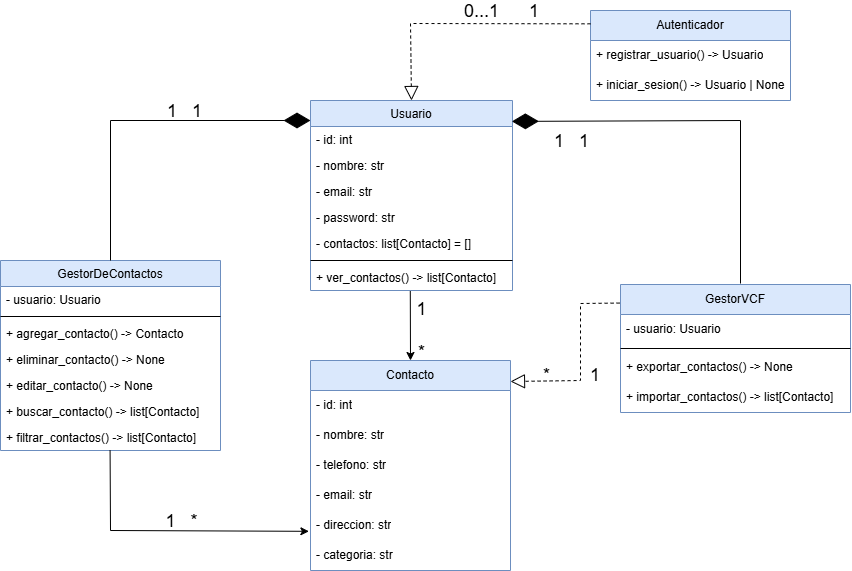
Above: assets/DiagramaDeClases.png in ImKrav/CleanCodeProject (draw.io), before the change. Source tidied: cells renumbered, new cells last; positions are measured from the earlier drawing's top-left corner, leaving out a move shared by most shapes.
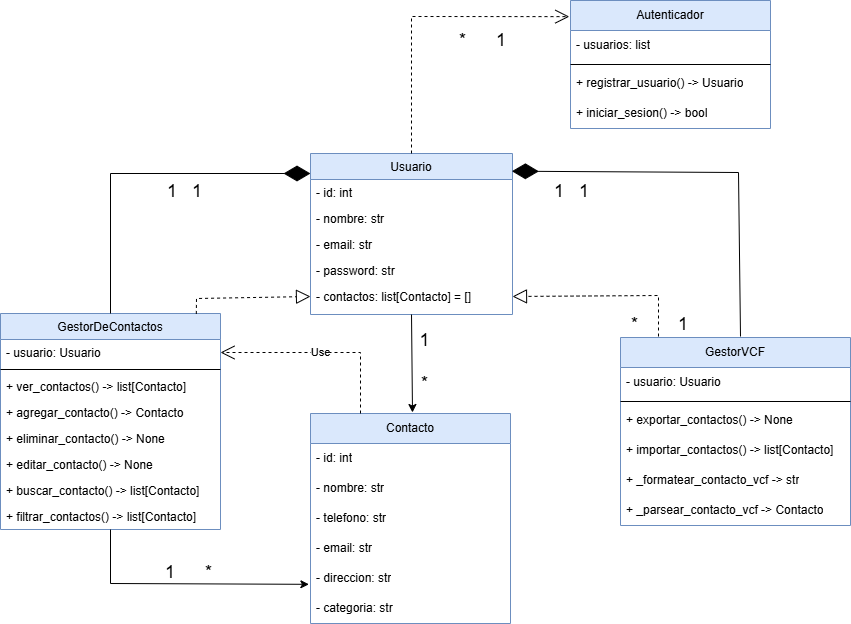
Above is the later version.

What changed in the source:
```diff
@@ -3,7 +3,7 @@
     <mxCell id="0" />
     <mxCell id="1" parent="0" />
     <mxCell id="2" value="Usuario" style="swimlane;fontStyle=0;align=center;verticalAlign=top;horizontal=1;startSize=26;rounded=0;shadow=0;strokeWidth=1;fillColor=#dae8fc;strokeColor=#6c8ebf;" parent="1" vertex="1">
-      <mxGeometry x="310" y="90" width="202" height="190" as="geometry" />
+      <mxGeometry x="310" y="90" width="202" height="161" as="geometry" />
     </mxCell>
     <mxCell id="3" value="- id: int" style="text;align=left;verticalAlign=top;spacingLeft=4;spacingRight=4;overflow=hidden;" parent="2" vertex="1">
       <mxGeometry y="26" width="202" height="26" as="geometry" />
@@ -20,12 +20,6 @@
     <mxCell id="7" value="- contactos: list[Contacto] = []" style="text;align=left;verticalAlign=top;spacingLeft=4;spacingRight=4;overflow=hidden;points=[[0,0.5],[1,0.5]];portConstraint=eastwest;rounded=0;shadow=0;html=0;" parent="2" vertex="1">
       <mxGeometry y="130" width="202" height="26" as="geometry" />
     </mxCell>
-    <mxCell id="8" style="line;html=1;strokeWidth=1;align=left;verticalAlign=middle;spacingTop=-1;spacingLeft=3;spacingRight=3;labelPosition=right;" parent="2" vertex="1">
-      <mxGeometry y="156" width="202" height="8" as="geometry" />
-    </mxCell>
-    <mxCell id="9" value="+ ver_contactos() -&gt; list[Contacto]" style="text;align=left;verticalAlign=top;spacingLeft=4;spacingRight=4;overflow=hidden;points=[[0,0.5],[1,0.5]];portConstraint=eastwest;" parent="2" vertex="1">
-      <mxGeometry y="164" width="202" height="26" as="geometry" />
-    </mxCell>
     <mxCell id="10" value="Contacto" style="swimlane;fontStyle=0;horizontal=1;startSize=30;whiteSpace=wrap;html=1;fillColor=#dae8fc;strokeColor=#6c8ebf;" parent="1" vertex="1">
       <mxGeometry x="310" y="350" width="200" height="210" as="geometry" />
     </mxCell>
@@ -48,7 +42,7 @@
       <mxGeometry y="180" width="200" height="30" as="geometry" />
     </mxCell>
     <mxCell id="17" value="GestorDeContactos" style="swimlane;fontStyle=0;align=center;verticalAlign=top;horizontal=1;startSize=26;rounded=0;shadow=0;strokeWidth=1;fillColor=#dae8fc;strokeColor=#6c8ebf;" parent="1" vertex="1">
-      <mxGeometry y="250" width="220" height="190" as="geometry" />
+      <mxGeometry y="250" width="220" height="216" as="geometry" />
     </mxCell>
     <mxCell id="18" value="- usuario: Usuario" style="text;align=left;verticalAlign=top;spacingLeft=4;spacingRight=4;overflow=hidden;points=[[0,0.5],[1,0.5]];portConstraint=eastwest;" parent="17" vertex="1">
       <mxGeometry y="26" width="220" height="26" as="geometry" />
@@ -56,32 +50,41 @@
     <mxCell id="19" style="line;html=1;strokeWidth=1;align=left;verticalAlign=middle;spacingTop=-1;spacingLeft=3;spacingRight=3;labelPosition=right;" parent="17" vertex="1">
       <mxGeometry y="52" width="220" height="8" as="geometry" />
     </mxCell>
+    <mxCell id="9" value="+ ver_contactos() -&gt; list[Contacto]" style="text;align=left;verticalAlign=top;spacingLeft=4;spacingRight=4;overflow=hidden;points=[[0,0.5],[1,0.5]];portConstraint=eastwest;" parent="17" vertex="1">
+      <mxGeometry y="60" width="220" height="26" as="geometry" />
+    </mxCell>
     <mxCell id="20" value="+ agregar_contacto() -&gt; Contacto" style="text;align=left;verticalAlign=top;spacingLeft=4;spacingRight=4;overflow=hidden;" parent="17" vertex="1">
-      <mxGeometry y="60" width="220" height="26" as="geometry" />
+      <mxGeometry y="86" width="220" height="26" as="geometry" />
     </mxCell>
     <mxCell id="21" value="+ eliminar_contacto() -&gt; None" style="text;align=left;verticalAlign=top;spacingLeft=4;spacingRight=4;overflow=hidden;" parent="17" vertex="1">
-      <mxGeometry y="86" width="220" height="26" as="geometry" />
+      <mxGeometry y="112" width="220" height="26" as="geometry" />
     </mxCell>
     <mxCell id="22" value="+ editar_contacto() -&gt; None" style="text;align=left;verticalAlign=top;spacingLeft=4;spacingRight=4;overflow=hidden;" parent="17" vertex="1">
-      <mxGeometry y="112" width="220" height="26" as="geometry" />
+      <mxGeometry y="138" width="220" height="26" as="geometry" />
     </mxCell>
     <mxCell id="23" value="+ buscar_contacto() -&gt; list[Contacto]" style="text;align=left;verticalAlign=top;spacingLeft=4;spacingRight=4;overflow=hidden;" parent="17" vertex="1">
-      <mxGeometry y="138" width="220" height="26" as="geometry" />
+      <mxGeometry y="164" width="220" height="26" as="geometry" />
     </mxCell>
     <mxCell id="24" value="+ filtrar_contactos() -&gt; list[Contacto]" style="text;align=left;verticalAlign=top;spacingLeft=4;spacingRight=4;overflow=hidden;" parent="17" vertex="1">
-      <mxGeometry y="164" width="220" height="26" as="geometry" />
+      <mxGeometry y="190" width="220" height="26" as="geometry" />
     </mxCell>
     <mxCell id="25" value="Autenticador" style="swimlane;fontStyle=0;horizontal=1;startSize=30;whiteSpace=wrap;html=1;fillColor=#dae8fc;strokeColor=#6c8ebf;" parent="1" vertex="1">
-      <mxGeometry x="590" width="200" height="90" as="geometry" />
+      <mxGeometry x="570" y="-63" width="200" height="128" as="geometry" />
     </mxCell>
+    <mxCell id="45" value="&lt;span style=&quot;text-wrap-mode: nowrap;&quot;&gt;- usuarios: list&lt;/span&gt;" style="text;strokeColor=none;fillColor=none;align=left;verticalAlign=middle;spacingLeft=4;spacingRight=4;overflow=hidden;whiteSpace=wrap;html=1;" parent="25" vertex="1">
+      <mxGeometry y="30" width="200" height="30" as="geometry" />
+    </mxCell>
+    <mxCell id="46" style="line;html=1;strokeWidth=1;align=left;verticalAlign=middle;spacingTop=-1;spacingLeft=3;spacingRight=3;labelPosition=right;" parent="25" vertex="1">
+      <mxGeometry y="60" width="200" height="8" as="geometry" />
+    </mxCell>
     <mxCell id="26" value="&lt;span style=&quot;text-wrap-mode: nowrap;&quot;&gt;+ registrar_usuario() -&amp;gt; Usuario&lt;/span&gt;" style="text;strokeColor=none;fillColor=none;align=left;verticalAlign=middle;spacingLeft=4;spacingRight=4;overflow=hidden;whiteSpace=wrap;html=1;" parent="25" vertex="1">
-      <mxGeometry y="30" width="200" height="30" as="geometry" />
+      <mxGeometry y="68" width="200" height="30" as="geometry" />
     </mxCell>
-    <mxCell id="27" value="+ iniciar_sesion() -&amp;gt; Usuario | None" style="text;strokeColor=none;fillColor=none;align=left;verticalAlign=middle;spacingLeft=4;spacingRight=4;overflow=hidden;whiteSpace=wrap;html=1;" parent="25" vertex="1">
-      <mxGeometry y="60" width="200" height="30" as="geometry" />
+    <mxCell id="27" value="+ iniciar_sesion() -&amp;gt; bool" style="text;strokeColor=none;fillColor=none;align=left;verticalAlign=middle;spacingLeft=4;spacingRight=4;overflow=hidden;whiteSpace=wrap;html=1;" parent="25" vertex="1">
+      <mxGeometry y="98" width="200" height="30" as="geometry" />
     </mxCell>
     <mxCell id="28" value="GestorVCF" style="swimlane;fontStyle=0;horizontal=1;startSize=30;whiteSpace=wrap;html=1;fillColor=#dae8fc;strokeColor=#6c8ebf;" parent="1" vertex="1">
-      <mxGeometry x="620" y="274" width="230" height="128" as="geometry" />
+      <mxGeometry x="620" y="274" width="230" height="188" as="geometry" />
     </mxCell>
     <mxCell id="29" value="&lt;span style=&quot;text-wrap-mode: nowrap;&quot;&gt;- usuario: Usuario&lt;/span&gt;" style="text;strokeColor=none;fillColor=none;align=left;verticalAlign=middle;spacingLeft=4;spacingRight=4;overflow=hidden;whiteSpace=wrap;html=1;" parent="28" vertex="1">
       <mxGeometry y="30" width="230" height="30" as="geometry" />
@@ -95,22 +98,12 @@
     <mxCell id="32" value="+ importar_contactos() -&amp;gt; list[Contacto]" style="text;strokeColor=none;fillColor=none;align=left;verticalAlign=middle;spacingLeft=4;spacingRight=4;overflow=hidden;whiteSpace=wrap;html=1;" parent="28" vertex="1">
       <mxGeometry y="98" width="230" height="30" as="geometry" />
     </mxCell>
-    <mxCell id="33" style="endArrow=block;dashed=1;endFill=0;endSize=12;html=1;rounded=0;exitX=-0.004;exitY=0.145;exitDx=0;exitDy=0;exitPerimeter=0;" parent="1" edge="1" source="28">
-      <mxGeometry relative="1" as="geometry">
-        <mxPoint x="510" y="371" as="targetPoint" />
-        <Array as="points">
-          <mxPoint x="580" y="293" />
-          <mxPoint x="580" y="370" />
-        </Array>
-      </mxGeometry>
-    </mxCell>
-    <mxCell id="34" style="endArrow=block;dashed=1;endFill=0;endSize=12;html=1;rounded=0;entryX=0.5;entryY=0;entryDx=0;entryDy=0;exitX=0;exitY=0.148;exitDx=0;exitDy=0;exitPerimeter=0;" parent="1" edge="1" source="25" target="2">
-      <mxGeometry relative="1" as="geometry">
-        <Array as="points">
-          <mxPoint x="410" y="13" />
-        </Array>
-      </mxGeometry>
-    </mxCell>
+    <mxCell id="47" value="+ _formatear_contacto_vcf -&amp;gt; str" style="text;strokeColor=none;fillColor=none;align=left;verticalAlign=middle;spacingLeft=4;spacingRight=4;overflow=hidden;whiteSpace=wrap;html=1;" parent="28" vertex="1">
+      <mxGeometry y="128" width="230" height="30" as="geometry" />
+    </mxCell>
+    <mxCell id="48" value="+ _parsear_contacto_vcf -&amp;gt; Contacto" style="text;strokeColor=none;fillColor=none;align=left;verticalAlign=middle;spacingLeft=4;spacingRight=4;overflow=hidden;whiteSpace=wrap;html=1;" parent="28" vertex="1">
+      <mxGeometry y="158" width="230" height="30" as="geometry" />
+    </mxCell>
     <mxCell id="35" style="endArrow=diamondThin;endFill=1;endSize=24;html=1;rounded=0;exitX=0.5;exitY=0;exitDx=0;exitDy=0;" parent="1" edge="1" source="17">
       <mxGeometry relative="1" as="geometry">
         <mxPoint x="310" y="110" as="targetPoint" />
@@ -121,42 +114,76 @@
     </mxCell>
     <mxCell id="36" value="&lt;font style=&quot;font-size: 18px;&quot;&gt;1&amp;nbsp; &amp;nbsp;1&lt;/font&gt;" style="edgeLabel;html=1;align=center;verticalAlign=middle;labelBackgroundColor=none;" parent="35" vertex="1">
       <mxGeometry x="0.25" y="-1" relative="1" as="geometry">
-        <mxPoint y="-11" as="offset" />
+        <mxPoint y="16" as="offset" />
       </mxGeometry>
     </mxCell>
     <mxCell id="37" style="endArrow=diamondThin;endFill=1;endSize=24;html=1;rounded=0;entryX=0.997;entryY=0.11;entryDx=0;entryDy=0;entryPerimeter=0;" parent="1" edge="1" target="2">
       <mxGeometry relative="1" as="geometry">
         <mxPoint x="740" y="273" as="sourcePoint" />
         <Array as="points">
-          <mxPoint x="740" y="110" />
+          <mxPoint x="738" y="109" />
         </Array>
       </mxGeometry>
     </mxCell>
-    <mxCell id="38" style="endArrow=classic;html=1;rounded=0;entryX=0.5;entryY=0;entryDx=0;entryDy=0;exitX=0.494;exitY=1.02;exitDx=0;exitDy=0;exitPerimeter=0;" parent="1" edge="1" source="9" target="10">
-      <mxGeometry relative="1" as="geometry" />
+    <mxCell id="38" style="endArrow=classic;html=1;rounded=0;exitX=0.5;exitY=1;exitDx=0;exitDy=0;" parent="1" edge="1" source="2">
+      <mxGeometry relative="1" as="geometry">
+        <mxPoint x="412" y="349" as="targetPoint" />
+      </mxGeometry>
     </mxCell>
-    <mxCell id="39" style="endArrow=classic;html=1;rounded=0;entryX=-0.008;entryY=0.694;entryDx=0;entryDy=0;exitX=0.494;exitY=1.02;exitDx=0;exitDy=0;exitPerimeter=0;entryPerimeter=0;" parent="1" edge="1" target="15">
+    <mxCell id="39" style="endArrow=classic;html=1;rounded=0;entryX=-0.008;entryY=0.694;entryDx=0;entryDy=0;exitX=0.5;exitY=1;exitDx=0;exitDy=0;entryPerimeter=0;" parent="1" edge="1" source="17" target="15">
       <mxGeometry relative="1" as="geometry">
-        <mxPoint x="109.6" y="440" as="sourcePoint" />
         <Array as="points">
           <mxPoint x="110" y="520" />
         </Array>
       </mxGeometry>
     </mxCell>
-    <mxCell id="40" value="&lt;font style=&quot;font-size: 18px;&quot;&gt;1&amp;nbsp; &amp;nbsp;*&lt;/font&gt;" style="edgeLabel;html=1;align=center;verticalAlign=middle;labelBackgroundColor=none;" parent="1" vertex="1">
-      <mxGeometry x="180" y="510" as="geometry" />
+    <mxCell id="40" value="&lt;font style=&quot;font-size: 18px;&quot;&gt;1&amp;nbsp; &amp;nbsp; &amp;nbsp; *&lt;/font&gt;" style="edgeLabel;html=1;align=center;verticalAlign=middle;labelBackgroundColor=none;" parent="1" vertex="1">
+      <mxGeometry x="205" y="499" as="geometry">
+        <mxPoint x="-18" y="9" as="offset" />
+      </mxGeometry>
     </mxCell>
     <mxCell id="41" value="&lt;font style=&quot;font-size: 18px;&quot;&gt;1&lt;/font&gt;&lt;div&gt;&lt;span style=&quot;background-color: transparent; color: light-dark(rgb(0, 0, 0), rgb(255, 255, 255)); font-size: 18px;&quot;&gt;&lt;br&gt;&lt;/span&gt;&lt;/div&gt;&lt;div&gt;&lt;span style=&quot;background-color: transparent; color: light-dark(rgb(0, 0, 0), rgb(255, 255, 255)); font-size: 18px;&quot;&gt;*&lt;/span&gt;&lt;/div&gt;" style="edgeLabel;html=1;align=center;verticalAlign=middle;labelBackgroundColor=none;" parent="1" vertex="1">
-      <mxGeometry x="420" y="320" as="geometry" />
+      <mxGeometry x="423" y="298" as="geometry" />
     </mxCell>
     <mxCell id="42" value="&lt;span style=&quot;font-size: 18px;&quot;&gt;*&amp;nbsp; &amp;nbsp; &amp;nbsp; &amp;nbsp; 1&lt;/span&gt;" style="edgeLabel;html=1;align=center;verticalAlign=middle;labelBackgroundColor=none;" parent="1" vertex="1">
-      <mxGeometry x="570" y="364" as="geometry" />
+      <mxGeometry x="665" y="266" as="geometry">
+        <mxPoint x="-7" y="-6" as="offset" />
+      </mxGeometry>
     </mxCell>
     <mxCell id="43" value="&lt;font style=&quot;font-size: 18px;&quot;&gt;1&amp;nbsp; &amp;nbsp;1&lt;/font&gt;" style="edgeLabel;html=1;align=center;verticalAlign=middle;labelBackgroundColor=none;" parent="1" vertex="1">
-      <mxGeometry x="570" y="130" as="geometry" />
+      <mxGeometry x="570" y="127" as="geometry" />
     </mxCell>
-    <mxCell id="44" value="&lt;font style=&quot;font-size: 18px;&quot;&gt;0...1&amp;nbsp; &amp;nbsp; &amp;nbsp; 1&lt;/font&gt;" style="edgeLabel;html=1;align=center;verticalAlign=middle;labelBackgroundColor=none;" parent="1" vertex="1">
-      <mxGeometry x="500" as="geometry" />
+    <mxCell id="44" value="&lt;font style=&quot;font-size: 18px;&quot;&gt;*&amp;nbsp; &amp;nbsp; &amp;nbsp; 1&lt;/font&gt;" style="edgeLabel;html=1;align=center;verticalAlign=middle;labelBackgroundColor=none;" parent="1" vertex="1">
+      <mxGeometry x="481" y="-24" as="geometry" />
     </mxCell>
+    <mxCell id="49" style="endArrow=block;dashed=1;endFill=0;endSize=12;html=1;rounded=0;entryX=1;entryY=0.5;entryDx=0;entryDy=0;" parent="1" edge="1" target="7">
+      <mxGeometry relative="1" as="geometry">
+        <mxPoint x="658" y="273" as="sourcePoint" />
+        <Array as="points">
+          <mxPoint x="658" y="232" />
+        </Array>
+      </mxGeometry>
+    </mxCell>
+    <mxCell id="50" style="endArrow=block;dashed=1;endFill=0;endSize=12;html=1;rounded=0;entryX=0;entryY=0.5;entryDx=0;entryDy=0;exitX=0.89;exitY=0.002;exitDx=0;exitDy=0;exitPerimeter=0;" parent="1" edge="1" source="17" target="7">
+      <mxGeometry relative="1" as="geometry">
+        <Array as="points">
+          <mxPoint x="196" y="235" />
+        </Array>
+      </mxGeometry>
+    </mxCell>
+    <mxCell id="51" style="endArrow=open;endSize=12;dashed=1;html=1;rounded=0;entryX=-0.006;entryY=0.126;entryDx=0;entryDy=0;entryPerimeter=0;exitX=0.5;exitY=0;exitDx=0;exitDy=0;" parent="1" edge="1" source="2" target="25">
+      <mxGeometry relative="1" as="geometry">
+        <Array as="points">
+          <mxPoint x="411" y="-47" />
+        </Array>
+      </mxGeometry>
+    </mxCell>
+    <mxCell id="52" value="Use" style="endArrow=open;endSize=12;dashed=1;html=1;rounded=0;entryX=1;entryY=0.5;entryDx=0;entryDy=0;exitX=0.25;exitY=0;exitDx=0;exitDy=0;" parent="1" edge="1" source="10" target="18">
+      <mxGeometry relative="1" as="geometry">
+        <Array as="points">
+          <mxPoint x="360" y="289" />
+        </Array>
+      </mxGeometry>
+    </mxCell>
   </root>
 </mxGraphModel>
```
